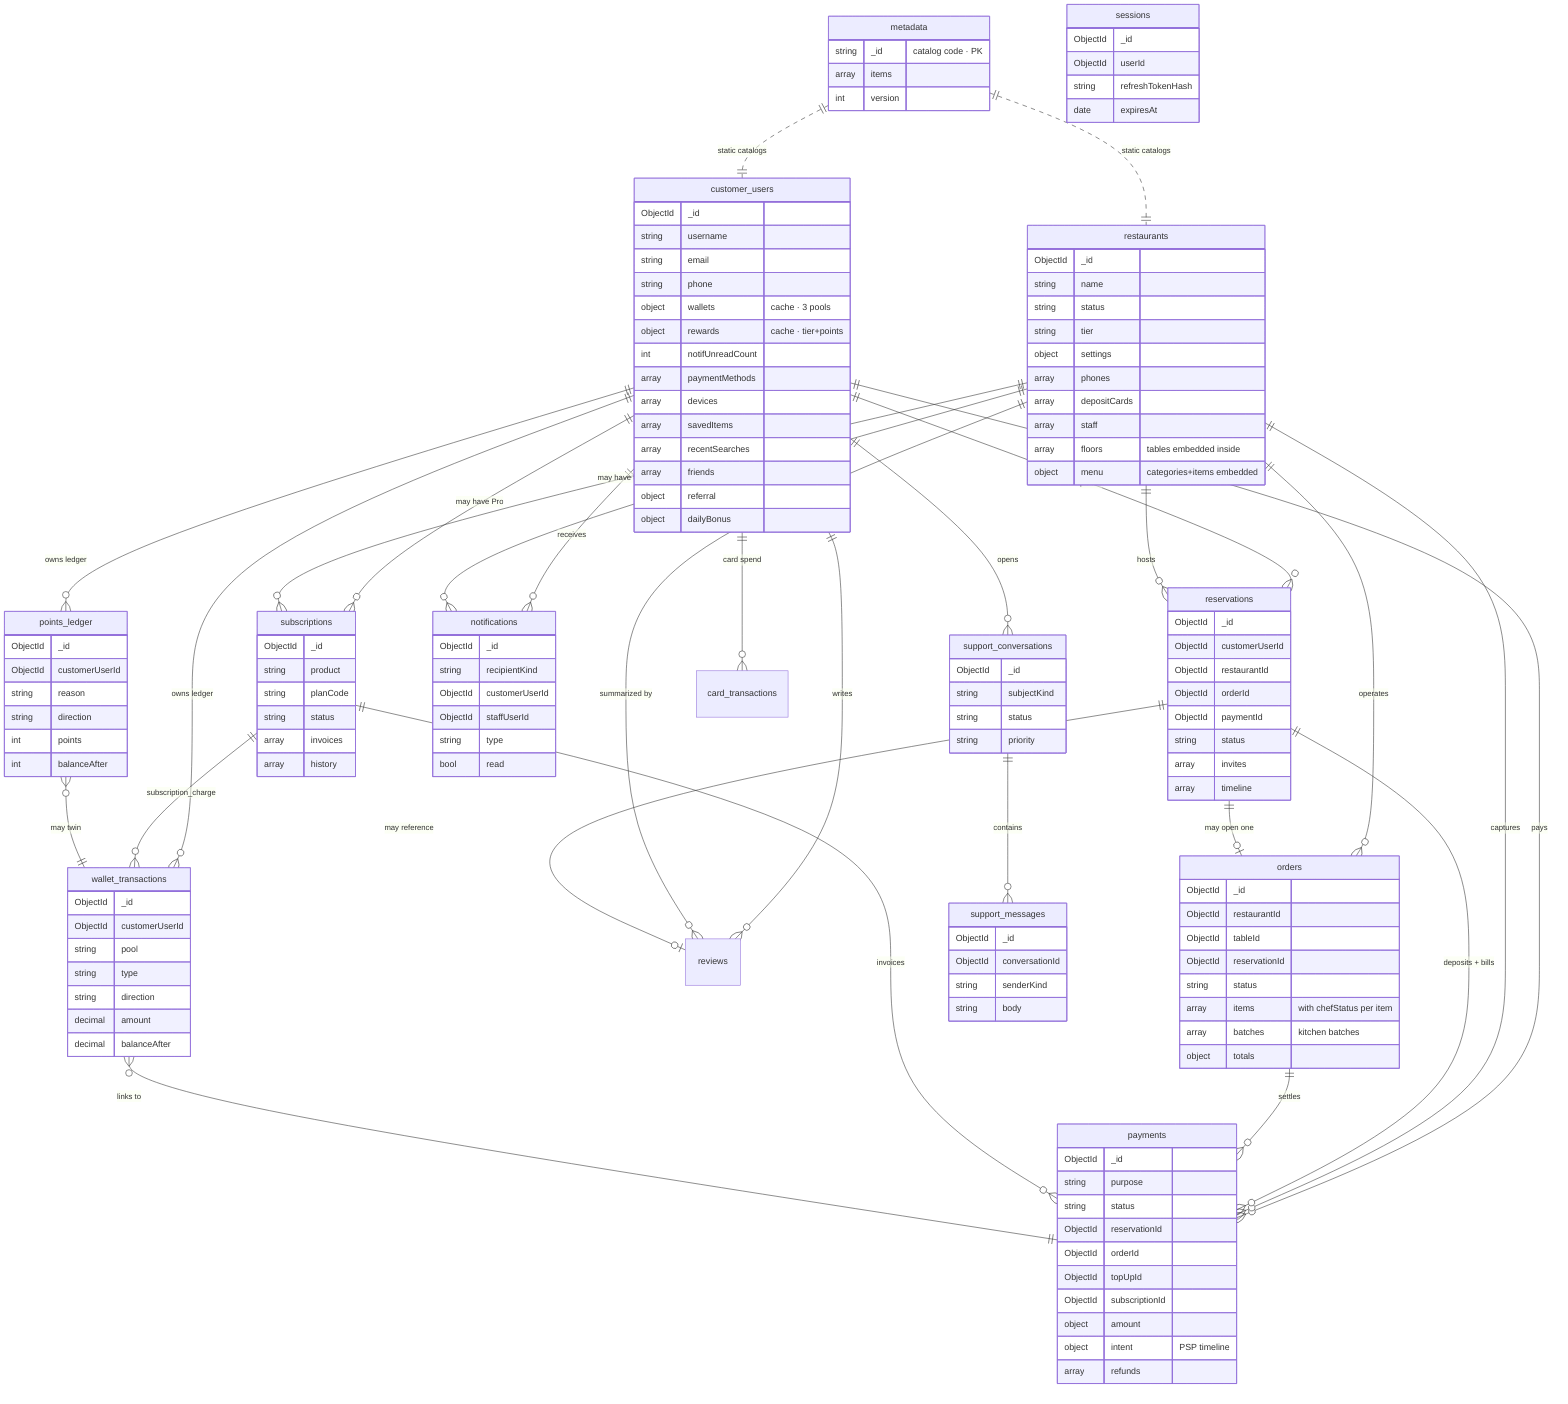
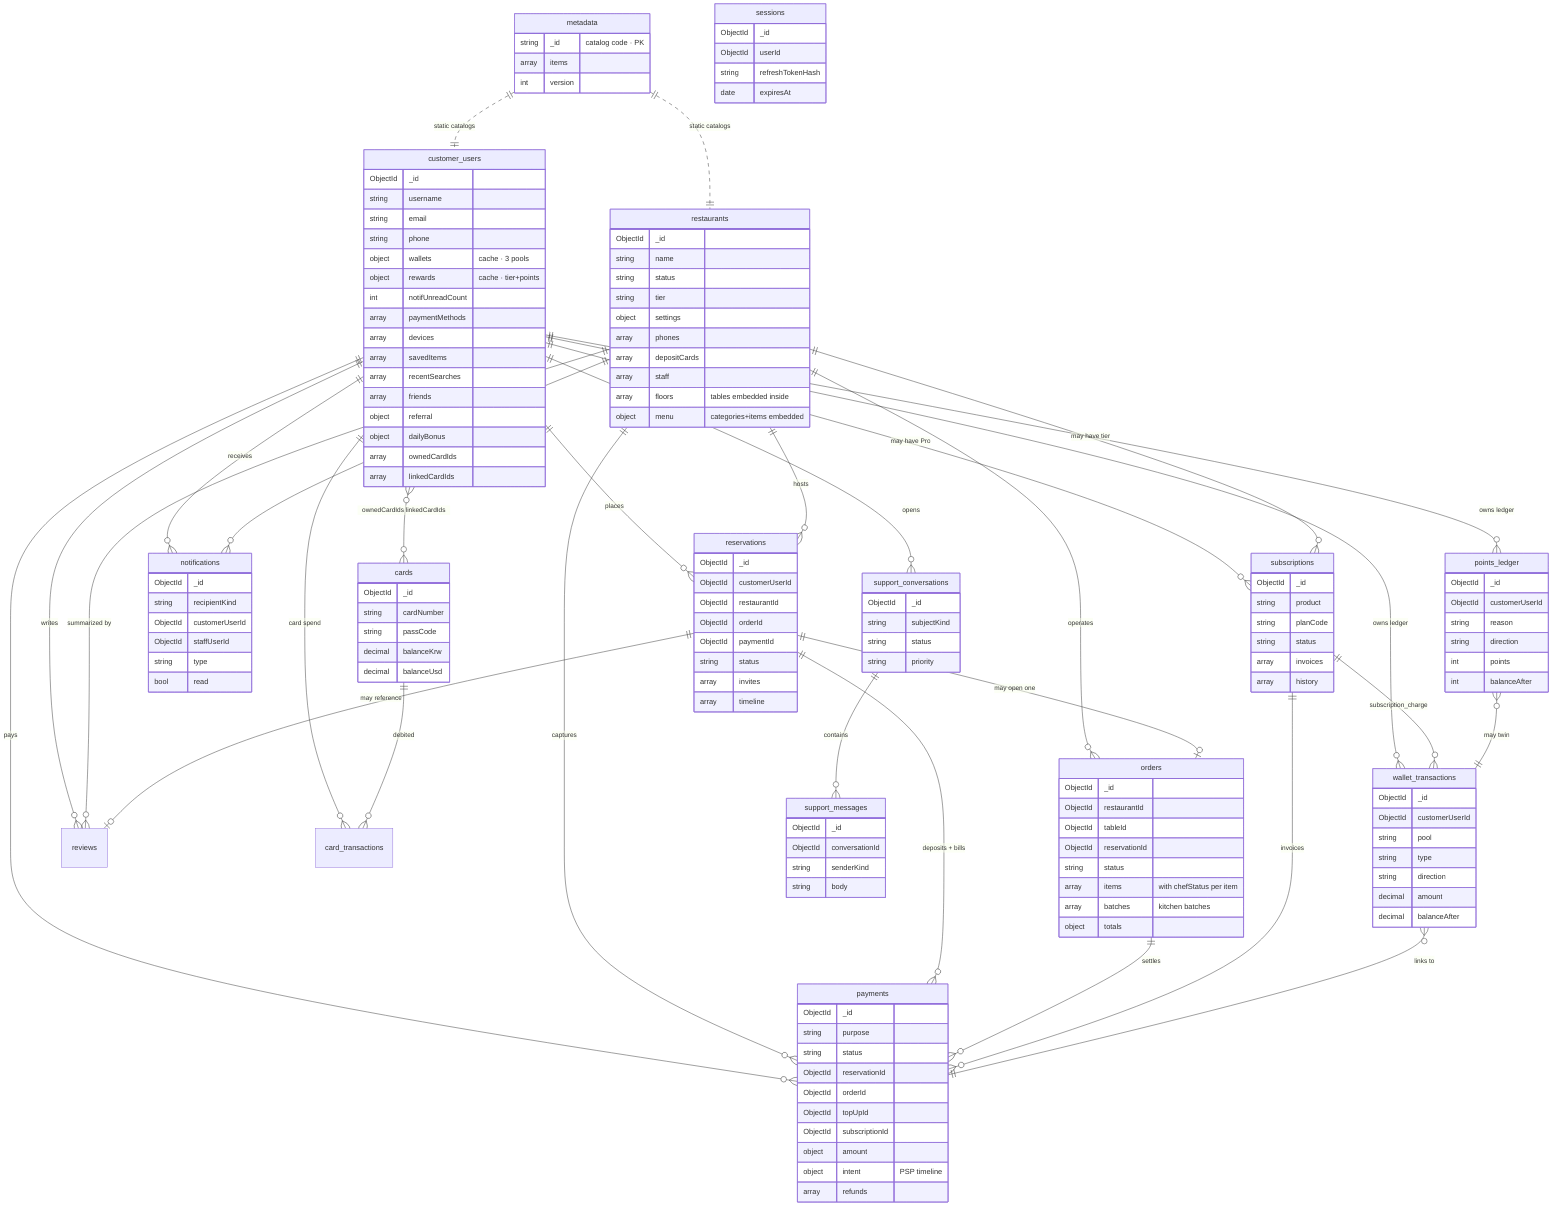
erDiagram
- %% The 14-collection compromise schema. Lines marked with `||--o{` mean
+ %% The 15-collection compromise schema. Lines marked with `||--o{` mean
%% "exactly-one to many"; `}o--o{` means many-to-many via embedded references.
%% Cache fields living on `customer_users` (wallets, rewards, notifUnread) are
%% kept in sync atomically with the authoritative ledger collections.
    customer_users ||--o{ reservations : "places"
    customer_users ||--o{ wallet_transactions : "owns ledger"
    customer_users ||--o{ points_ledger : "owns ledger"
    customer_users ||--o{ payments : "pays"
    customer_users ||--o{ subscriptions : "may have Pro"
    customer_users ||--o{ notifications : "receives"
    customer_users ||--o{ support_conversations : "opens"
    customer_users ||--o{ reviews : "writes"
    customer_users ||--o{ card_transactions : "card spend"
+     customer_users }o--o{ cards : "ownedCardIds linkedCardIds"
+ 
+     cards ||--o{ card_transactions : "debited"

    restaurants ||--o{ reservations : "hosts"
    restaurants ||--o{ reviews : "summarized by"
    restaurants ||--o{ orders : "operates"
    restaurants ||--o{ payments : "captures"
    restaurants ||--o{ subscriptions : "may have tier"
    restaurants ||--o{ notifications : "receives"

    reservations ||--o| orders : "may open one"
    reservations ||--o{ payments : "deposits + bills"
    reservations ||--o| reviews : "may reference"

    orders ||--o{ payments : "settles"

    subscriptions ||--o{ payments : "invoices"
    subscriptions ||--o{ wallet_transactions : "subscription_charge"

    wallet_transactions }o--|| payments : "links to"
    points_ledger }o--|| wallet_transactions : "may twin"

    support_conversations ||--o{ support_messages : "contains"

    metadata ||..|| customer_users : "static catalogs"
    metadata ||..|| restaurants : "static catalogs"

    customer_users {
        ObjectId _id
        string username
        string email
        string phone
        object wallets       "cache · 3 pools"
        object rewards       "cache · tier+points"
        int    notifUnreadCount
        array  paymentMethods
        array  devices
        array  savedItems
        array  recentSearches
        array  friends
        object referral
        object dailyBonus
+         array  ownedCardIds
+         array  linkedCardIds
    }
    restaurants {
        ObjectId _id
        string name
        string status
        string tier
        object settings
        array  phones
        array  depositCards
        array  staff
        array  floors           "tables embedded inside"
        object menu             "categories+items embedded"
    }
    reservations {
        ObjectId _id
        ObjectId customerUserId
        ObjectId restaurantId
        ObjectId orderId
        ObjectId paymentId
        string   status
        array    invites
        array    timeline
    }
    orders {
        ObjectId _id
        ObjectId restaurantId
        ObjectId tableId
        ObjectId reservationId
        string   status
        array    items          "with chefStatus per item"
        array    batches        "kitchen batches"
        object   totals
    }
    payments {
        ObjectId _id
        string   purpose
        string   status
        ObjectId reservationId
        ObjectId orderId
        ObjectId topUpId
        ObjectId subscriptionId
        object   amount
        object   intent          "PSP timeline"
        array    refunds
    }
    wallet_transactions {
        ObjectId _id
        ObjectId customerUserId
        string   pool
        string   type
        string   direction
        decimal  amount
        decimal  balanceAfter
    }
+     cards {
+         ObjectId _id
+         string   cardNumber
+         string   passCode
+         decimal  balanceKrw
+         decimal  balanceUsd
+     }
    points_ledger {
        ObjectId _id
        ObjectId customerUserId
        string   reason
        string   direction
        int      points
        int      balanceAfter
    }
    notifications {
        ObjectId _id
        string   recipientKind
        ObjectId customerUserId
        ObjectId staffUserId
        string   type
        bool     read
    }
    support_conversations {
        ObjectId _id
        string   subjectKind
        string   status
        string   priority
    }
    support_messages {
        ObjectId _id
        ObjectId conversationId
        string   senderKind
        string   body
    }
    subscriptions {
        ObjectId _id
        string   product
        string   planCode
        string   status
        array    invoices
        array    history
    }
    sessions {
        ObjectId _id
        ObjectId userId
        string   refreshTokenHash
        date     expiresAt
    }
    metadata {
        string   _id            "catalog code · PK"
        array    items
        int      version
    }
